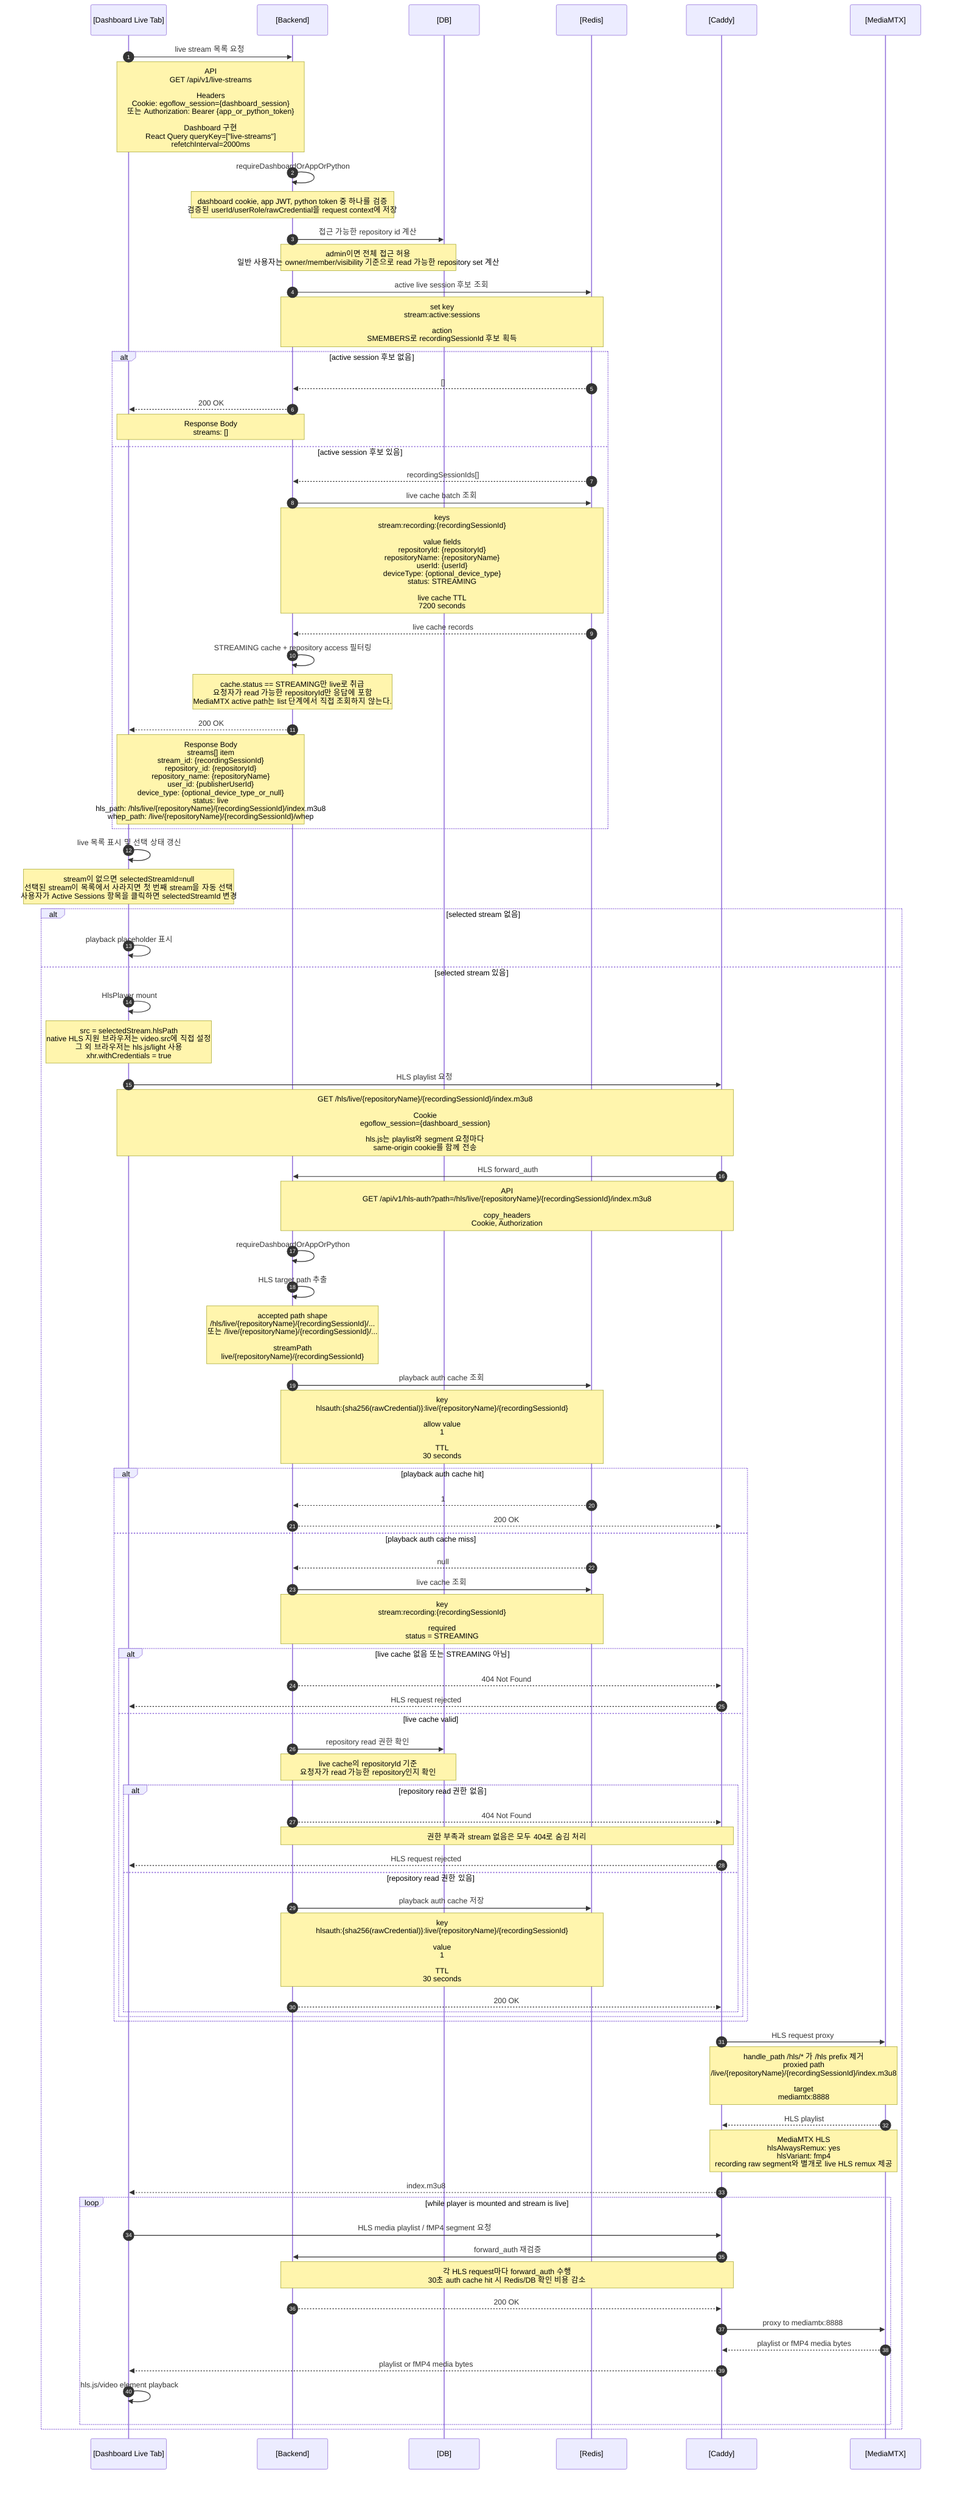
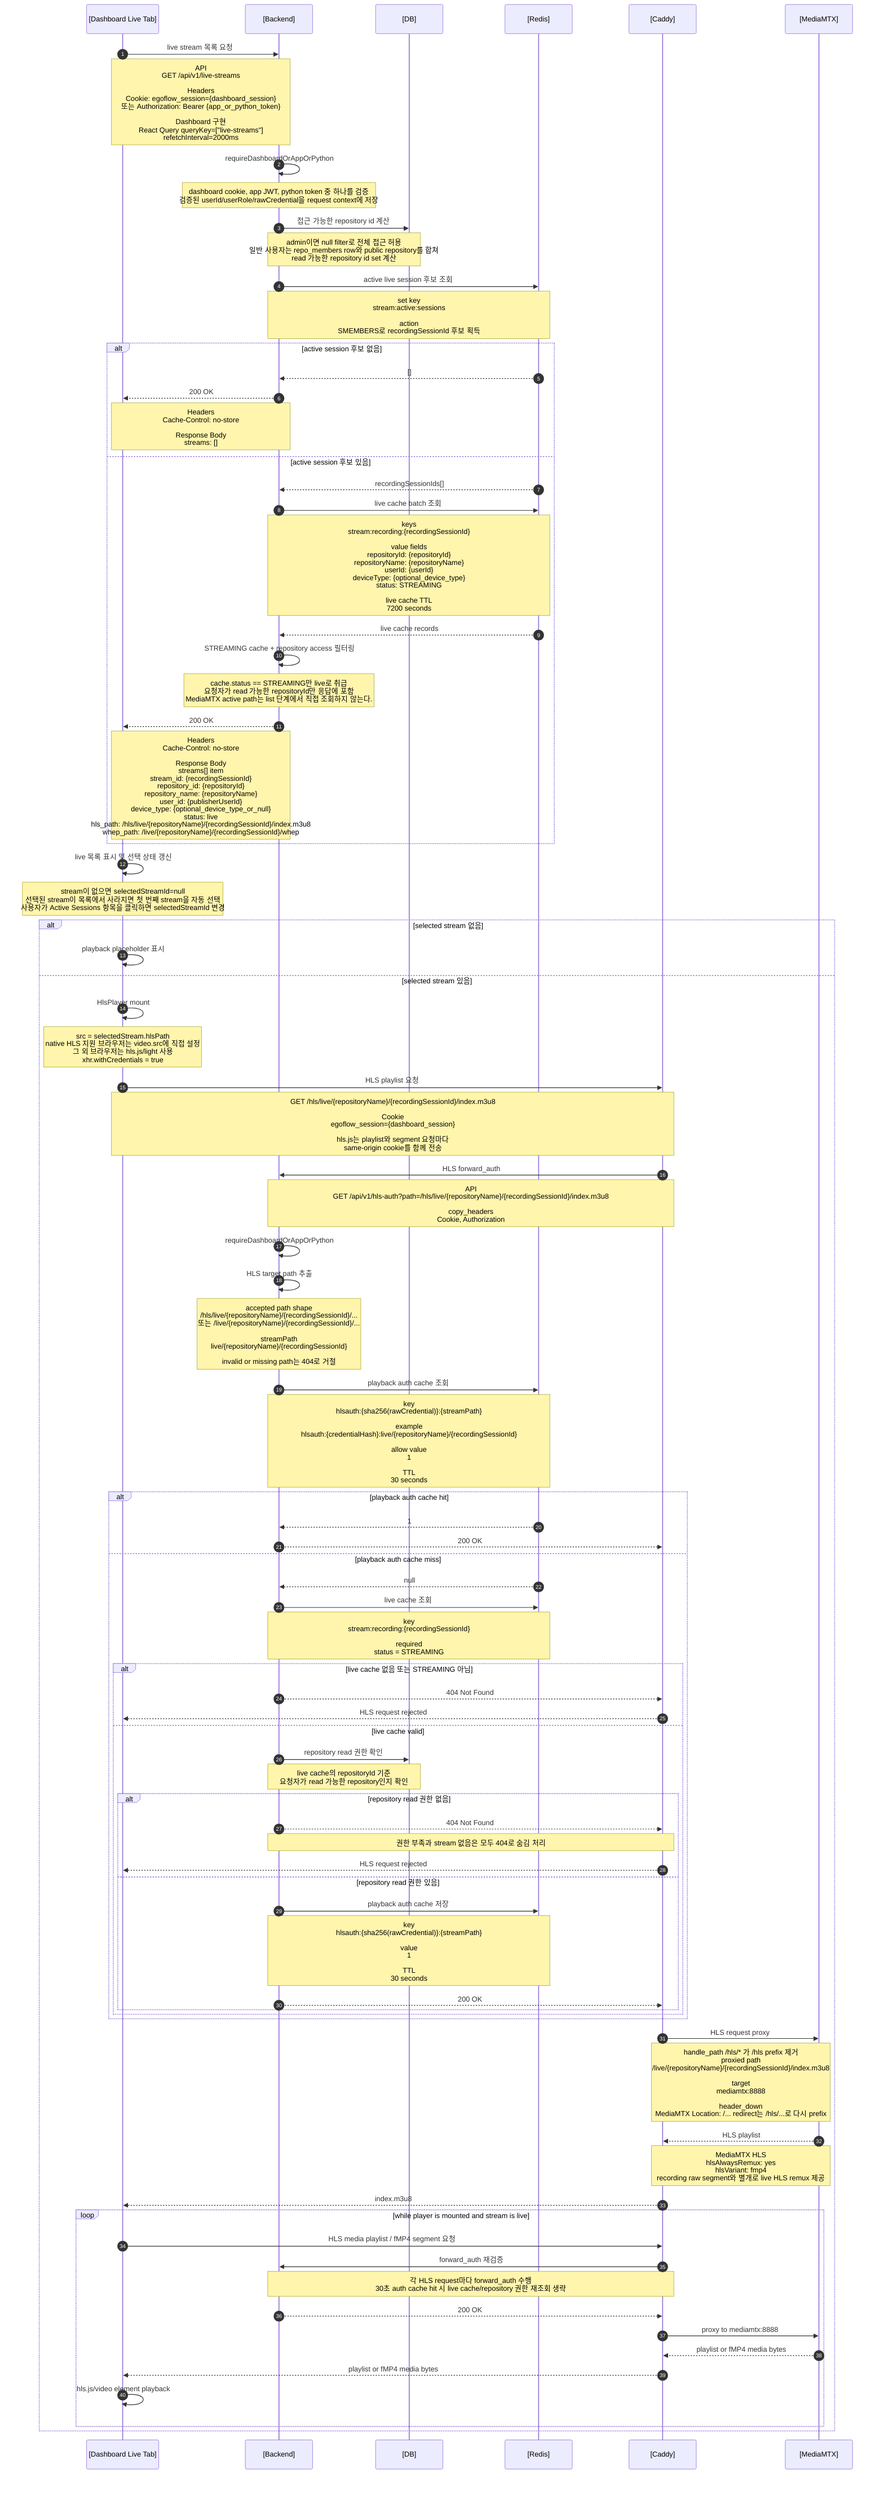
sequenceDiagram
  autonumber
  participant Dashboard as [Dashboard Live Tab]
  participant Backend as [Backend]
  participant DB as [DB]
  participant Redis as [Redis]
  participant Caddy as [Caddy]
  participant MTX as [MediaMTX]

  Dashboard->>Backend: live stream 목록 요청
  Note over Dashboard,Backend: API<br/>GET /api/v1/live-streams<br/><br/>Headers<br/>Cookie: egoflow_session={dashboard_session}<br/>또는 Authorization: Bearer {app_or_python_token}<br/><br/>Dashboard 구현<br/>React Query queryKey=["live-streams"]<br/>refetchInterval=2000ms

  Backend->>Backend: requireDashboardOrAppOrPython
  Note over Backend: dashboard cookie, app JWT, python token 중 하나를 검증<br/>검증된 userId/userRole/rawCredential을 request context에 저장

  Backend->>DB: 접근 가능한 repository id 계산
-   Note over Backend,DB: admin이면 전체 접근 허용<br/>일반 사용자는 owner/member/visibility 기준으로 read 가능한 repository set 계산
+   Note over Backend,DB: admin이면 null filter로 전체 접근 허용<br/>일반 사용자는 repo_members row와 public repository를 합쳐<br/>read 가능한 repository id set 계산

  Backend->>Redis: active live session 후보 조회
  Note over Backend,Redis: set key<br/>stream:active:sessions<br/><br/>action<br/>SMEMBERS로 recordingSessionId 후보 획득

  alt active session 후보 없음
    Redis-->>Backend: []
    Backend-->>Dashboard: 200 OK
-     Note over Backend,Dashboard: Response Body<br/>streams: []
+     Note over Backend,Dashboard: Headers<br/>Cache-Control: no-store<br/><br/>Response Body<br/>streams: []
  else active session 후보 있음
    Redis-->>Backend: recordingSessionIds[]
    Backend->>Redis: live cache batch 조회
    Note over Backend,Redis: keys<br/>stream:recording:{recordingSessionId}<br/><br/>value fields<br/>repositoryId: {repositoryId}<br/>repositoryName: {repositoryName}<br/>userId: {userId}<br/>deviceType: {optional_device_type}<br/>status: STREAMING<br/><br/>live cache TTL<br/>7200 seconds

    Redis-->>Backend: live cache records
    Backend->>Backend: STREAMING cache + repository access 필터링
    Note over Backend: cache.status == STREAMING만 live로 취급<br/>요청자가 read 가능한 repositoryId만 응답에 포함<br/>MediaMTX active path는 list 단계에서 직접 조회하지 않는다.

    Backend-->>Dashboard: 200 OK
-     Note over Backend,Dashboard: Response Body<br/>streams[] item<br/>stream_id: {recordingSessionId}<br/>repository_id: {repositoryId}<br/>repository_name: {repositoryName}<br/>user_id: {publisherUserId}<br/>device_type: {optional_device_type_or_null}<br/>status: live<br/>hls_path: /hls/live/{repositoryName}/{recordingSessionId}/index.m3u8<br/>whep_path: /live/{repositoryName}/{recordingSessionId}/whep
+     Note over Backend,Dashboard: Headers<br/>Cache-Control: no-store<br/><br/>Response Body<br/>streams[] item<br/>stream_id: {recordingSessionId}<br/>repository_id: {repositoryId}<br/>repository_name: {repositoryName}<br/>user_id: {publisherUserId}<br/>device_type: {optional_device_type_or_null}<br/>status: live<br/>hls_path: /hls/live/{repositoryName}/{recordingSessionId}/index.m3u8<br/>whep_path: /live/{repositoryName}/{recordingSessionId}/whep
  end

  Dashboard->>Dashboard: live 목록 표시 및 선택 상태 갱신
  Note over Dashboard: stream이 없으면 selectedStreamId=null<br/>선택된 stream이 목록에서 사라지면 첫 번째 stream을 자동 선택<br/>사용자가 Active Sessions 항목을 클릭하면 selectedStreamId 변경

  alt selected stream 없음
    Dashboard->>Dashboard: playback placeholder 표시
  else selected stream 있음
    Dashboard->>Dashboard: HlsPlayer mount
    Note over Dashboard: src = selectedStream.hlsPath<br/>native HLS 지원 브라우저는 video.src에 직접 설정<br/>그 외 브라우저는 hls.js/light 사용<br/>xhr.withCredentials = true

    Dashboard->>Caddy: HLS playlist 요청
    Note over Dashboard,Caddy: GET /hls/live/{repositoryName}/{recordingSessionId}/index.m3u8<br/><br/>Cookie<br/>egoflow_session={dashboard_session}<br/><br/>hls.js는 playlist와 segment 요청마다<br/>same-origin cookie를 함께 전송

    Caddy->>Backend: HLS forward_auth
    Note over Caddy,Backend: API<br/>GET /api/v1/hls-auth?path=/hls/live/{repositoryName}/{recordingSessionId}/index.m3u8<br/><br/>copy_headers<br/>Cookie, Authorization

    Backend->>Backend: requireDashboardOrAppOrPython
    Backend->>Backend: HLS target path 추출
-     Note over Backend: accepted path shape<br/>/hls/live/{repositoryName}/{recordingSessionId}/...<br/>또는 /live/{repositoryName}/{recordingSessionId}/...<br/><br/>streamPath<br/>live/{repositoryName}/{recordingSessionId}
+     Note over Backend: accepted path shape<br/>/hls/live/{repositoryName}/{recordingSessionId}/...<br/>또는 /live/{repositoryName}/{recordingSessionId}/...<br/><br/>streamPath<br/>live/{repositoryName}/{recordingSessionId}<br/><br/>invalid or missing path는 404로 거절

    Backend->>Redis: playback auth cache 조회
-     Note over Backend,Redis: key<br/>hlsauth:{sha256(rawCredential)}:live/{repositoryName}/{recordingSessionId}<br/><br/>allow value<br/>1<br/><br/>TTL<br/>30 seconds
+     Note over Backend,Redis: key<br/>hlsauth:{sha256(rawCredential)}:{streamPath}<br/><br/>example<br/>hlsauth:{credentialHash}:live/{repositoryName}/{recordingSessionId}<br/><br/>allow value<br/>1<br/><br/>TTL<br/>30 seconds

    alt playback auth cache hit
      Redis-->>Backend: 1
      Backend-->>Caddy: 200 OK
    else playback auth cache miss
      Redis-->>Backend: null
      Backend->>Redis: live cache 조회
      Note over Backend,Redis: key<br/>stream:recording:{recordingSessionId}<br/><br/>required<br/>status = STREAMING

      alt live cache 없음 또는 STREAMING 아님
        Backend-->>Caddy: 404 Not Found
        Caddy-->>Dashboard: HLS request rejected
      else live cache valid
        Backend->>DB: repository read 권한 확인
        Note over Backend,DB: live cache의 repositoryId 기준<br/>요청자가 read 가능한 repository인지 확인

        alt repository read 권한 없음
          Backend-->>Caddy: 404 Not Found
          Note over Backend,Caddy: 권한 부족과 stream 없음은 모두 404로 숨김 처리
          Caddy-->>Dashboard: HLS request rejected
        else repository read 권한 있음
          Backend->>Redis: playback auth cache 저장
-           Note over Backend,Redis: key<br/>hlsauth:{sha256(rawCredential)}:live/{repositoryName}/{recordingSessionId}<br/><br/>value<br/>1<br/><br/>TTL<br/>30 seconds
+           Note over Backend,Redis: key<br/>hlsauth:{sha256(rawCredential)}:{streamPath}<br/><br/>value<br/>1<br/><br/>TTL<br/>30 seconds
          Backend-->>Caddy: 200 OK
        end
      end
    end

    Caddy->>MTX: HLS request proxy
-     Note over Caddy,MTX: handle_path /hls/* 가 /hls prefix 제거<br/>proxied path<br/>/live/{repositoryName}/{recordingSessionId}/index.m3u8<br/><br/>target<br/>mediamtx:8888
+     Note over Caddy,MTX: handle_path /hls/* 가 /hls prefix 제거<br/>proxied path<br/>/live/{repositoryName}/{recordingSessionId}/index.m3u8<br/><br/>target<br/>mediamtx:8888<br/><br/>header_down<br/>MediaMTX Location: /... redirect는 /hls/...로 다시 prefix

    MTX-->>Caddy: HLS playlist
    Note over MTX,Caddy: MediaMTX HLS<br/>hlsAlwaysRemux: yes<br/>hlsVariant: fmp4<br/>recording raw segment와 별개로 live HLS remux 제공
    Caddy-->>Dashboard: index.m3u8

    loop while player is mounted and stream is live
      Dashboard->>Caddy: HLS media playlist / fMP4 segment 요청
      Caddy->>Backend: forward_auth 재검증
-       Note over Caddy,Backend: 각 HLS request마다 forward_auth 수행<br/>30초 auth cache hit 시 Redis/DB 확인 비용 감소
+       Note over Caddy,Backend: 각 HLS request마다 forward_auth 수행<br/>30초 auth cache hit 시 live cache/repository 권한 재조회 생략
      Backend-->>Caddy: 200 OK
      Caddy->>MTX: proxy to mediamtx:8888
      MTX-->>Caddy: playlist or fMP4 media bytes
      Caddy-->>Dashboard: playlist or fMP4 media bytes
      Dashboard->>Dashboard: hls.js/video element playback
    end
  end

%% 참고:
%% Dashboard live tab은 별도 playback token을 발급받지 않는다.
%% Backend가 반환한 origin-relative hls_path를 그대로 HlsPlayer에 넘기고,
%% browser는 현재 dashboard origin 기준으로 /hls/... 요청을 보낸다.
%% HLS playback 권한 검증은 /api/v1/auth/rtmp가 아니라 Caddy forward_auth -> /api/v1/hls-auth가 담당한다.
%% MediaMTX read/playback authHTTP callback은 mediamtx.yml authHTTPExclude로 제외되어 있다.
%% stream-not-ready 또는 reconcile로 live pointer가 제거되면 stream:active:sessions와 stream:recording:{recordingSessionId}가 정리되고,
%% 다음 live list에서는 해당 stream이 사라진다. 이후 HLS auth도 stream-not-found로 거절될 수 있다.
